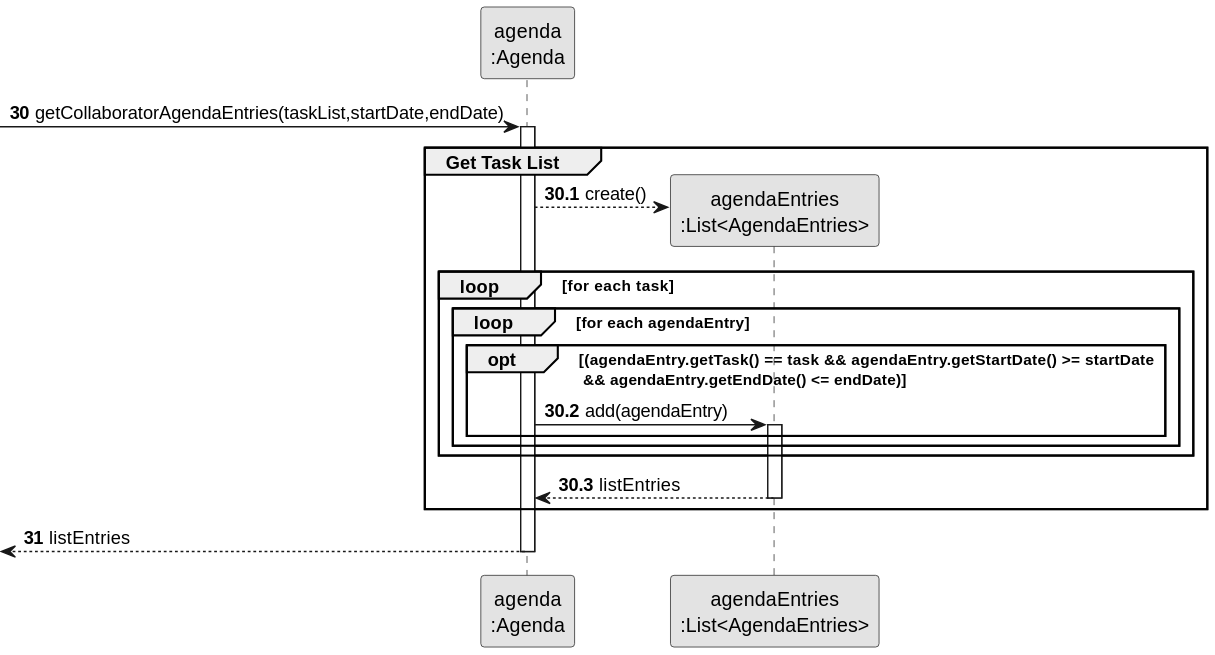
Before: docs/sprintC/us028/03.design/svg/us028-sequence-diagram-partial-get-entry-list.svg, a diagram exported from PlantUML (diogoveirospro/lei-24-s2-1dg-g072).
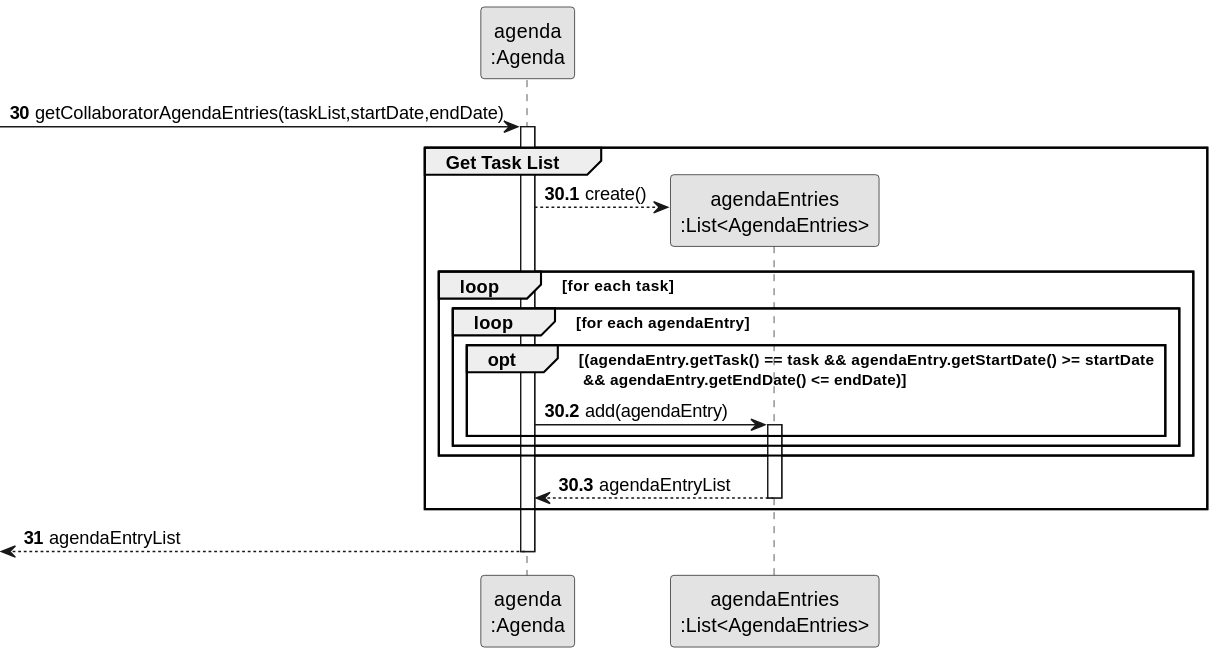
Above is the later version.

The edit, as a diff of the source:
```diff
@@ -27,10 +27,10 @@
                         end
                     end
                 end
-            AGENDAENTRIES --> AGENDA : listEntries
+            AGENDAENTRIES --> AGENDA : agendaEntryList
             deactivate AGENDAENTRIES
     end
 autonumber 31
-<-- AGENDA : listEntries
+<-- AGENDA : agendaEntryList
 deactivate AGENDA
 @enduml
```
